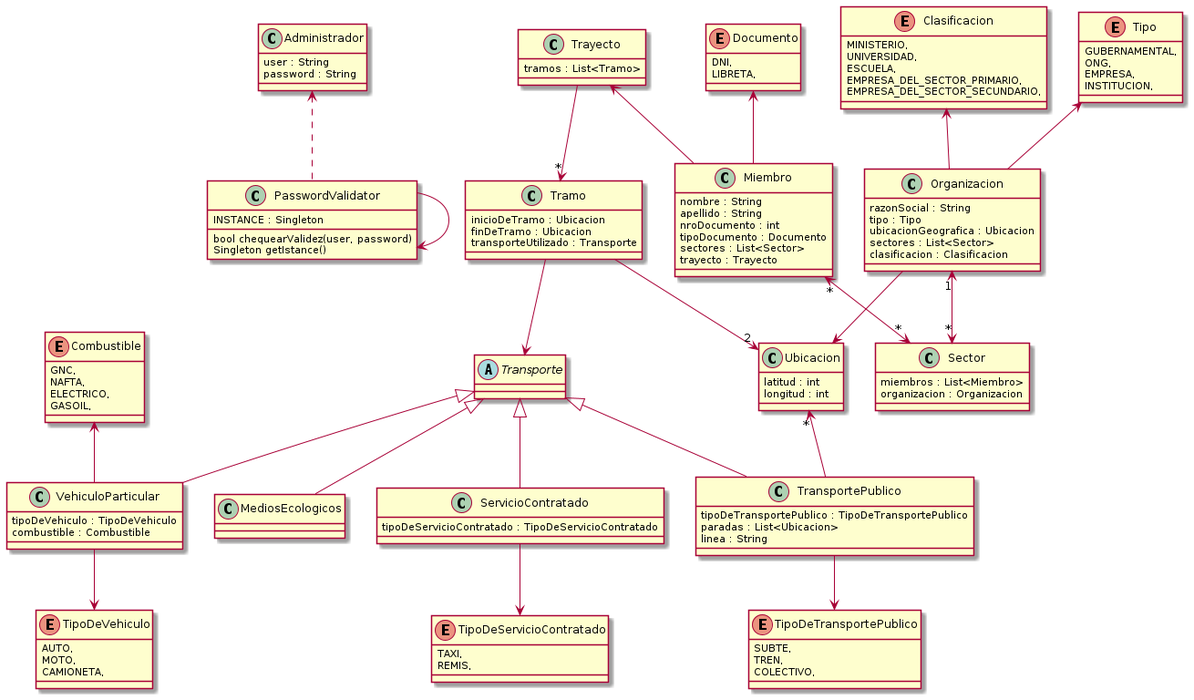
mbeorlegui/tpa-dds-2022 keeps this PlantUML diagram as out/Diagrama/TPA-1.png. Above is the earlier version.
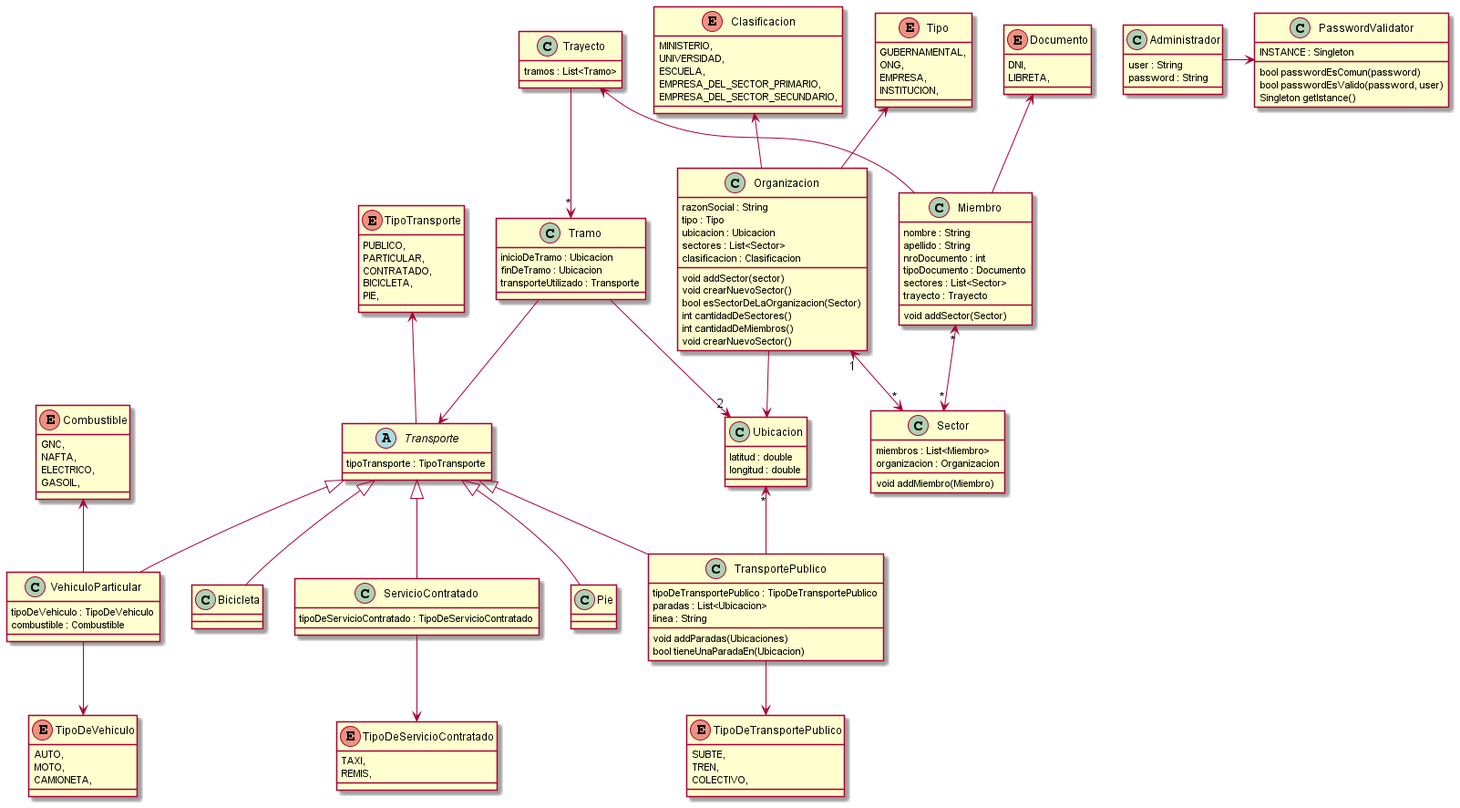
The same diagram one commit later.

Commit message:
Actualizo diagrama y elimino paradas inicial y final

The edit, as a diff of the source:
```diff
@@ -3,19 +3,26 @@
 class Organizacion {
   razonSocial : String
   tipo : Tipo
-  ubicacionGeografica : Ubicacion
+  ubicacion : Ubicacion
   sectores : List<Sector>
   clasificacion : Clasificacion
+  void addSector(sector)
+  void crearNuevoSector()
+  bool esSectorDeLaOrganizacion(Sector)
+  int cantidadDeSectores()
+  int cantidadDeMiembros()
+  void crearNuevoSector()
 }
 
 class Ubicacion {
-  latitud : int
-  longitud : int
+  latitud : double
+  longitud : double
 }
 
 class Sector {
   miembros : List<Miembro>
   organizacion : Organizacion
+  void addMiembro(Miembro)
 }
 
 class Miembro {
@@ -25,6 +32,7 @@
   tipoDocumento : Documento
   sectores : List<Sector>
   trayecto : Trayecto
+  void addSector(Sector)
 }
 
 enum Documento {
@@ -48,7 +56,15 @@
 }
 
 abstract class Transporte {
+  tipoTransporte : TipoTransporte
+}
 
+enum TipoTransporte {
+  PUBLICO,
+  PARTICULAR,
+  CONTRATADO,
+  BICICLETA,
+  PIE,
 }
 
 class VehiculoParticular {
@@ -60,13 +76,19 @@
   tipoDeTransportePublico : TipoDeTransportePublico
   paradas : List<Ubicacion>
   linea : String
+  void addParadas(Ubicaciones)
+  bool tieneUnaParadaEn(Ubicacion)
 }
 
 class ServicioContratado {
   tipoDeServicioContratado : TipoDeServicioContratado
 }
 
-class MediosEcologicos {
+class Pie {
+
+}
+
+class Bicicleta {
 
 }
 
@@ -112,7 +134,8 @@
 
 class PasswordValidator {
   INSTANCE : Singleton
-  bool chequearValidez(user, password)
+  bool passwordEsComun(password)
+  bool passwordEsValido(password, user)
   Singleton getIstance()
 }
 
@@ -127,18 +150,19 @@
 Trayecto <-- Miembro
 Tramo --> Transporte
 Tramo -->"2" Ubicacion
+
+Transporte -up-> TipoTransporte
 TransportePublico -up->"*" Ubicacion
 TransportePublico --> TipoDeTransportePublico
 VehiculoParticular -down-> TipoDeVehiculo
 VehiculoParticular -up-> Combustible
 ServicioContratado -down-> TipoDeServicioContratado
-
 TransportePublico -up-|> Transporte
 VehiculoParticular -up-|> Transporte
-MediosEcologicos -up-|> Transporte
+Pie -up-|> Transporte
+Bicicleta -up-|> Transporte
 ServicioContratado -up-|> Transporte
 
-PasswordValidator .up.> Administrador
-PasswordValidator --> PasswordValidator
+Administrador -right-> PasswordValidator
 
 @enduml
```
